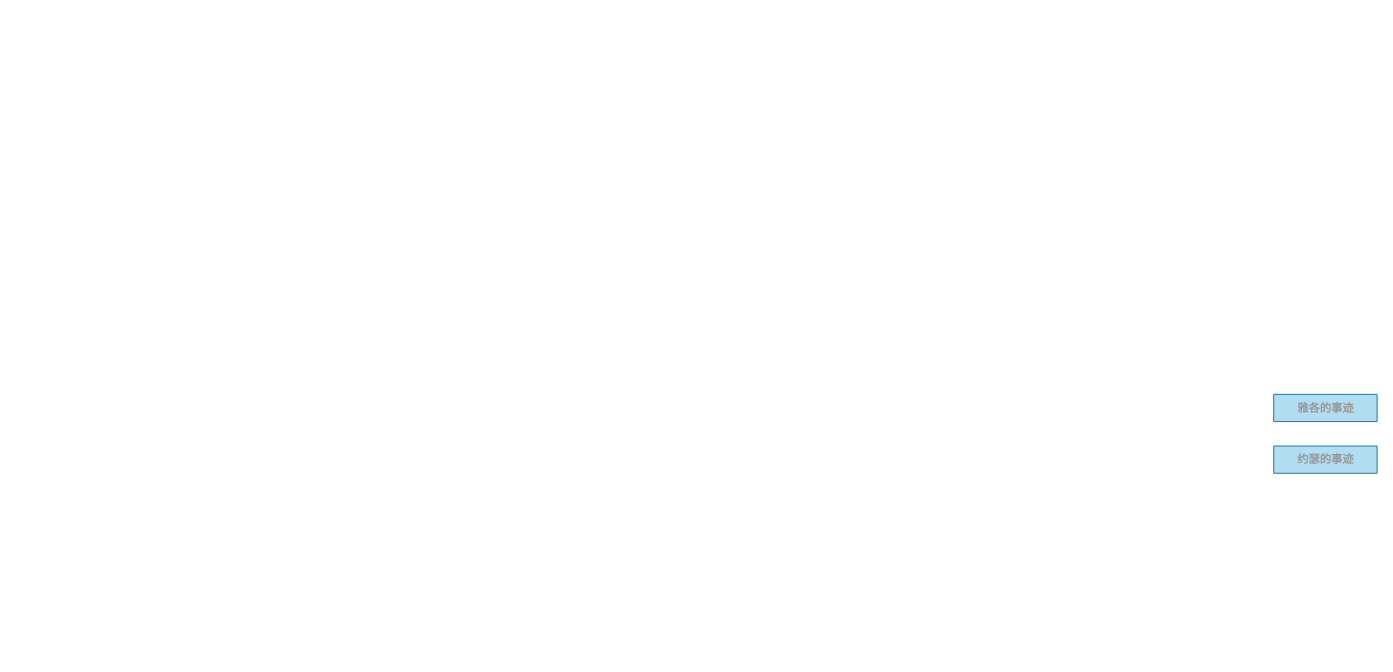
This is page "模板" (3 of 3) of bible.drawio from ljq199612/diagram, a draw.io file, before an edit. Source tidied: cells renumbered, new cells numbered last; positions are measured from the earlier drawing's top-left corner, leaving out a move shared by most shapes. Both pictures are drawn from the tidied source at 94%, with x=0, y=0 at pixel (1274, 394).
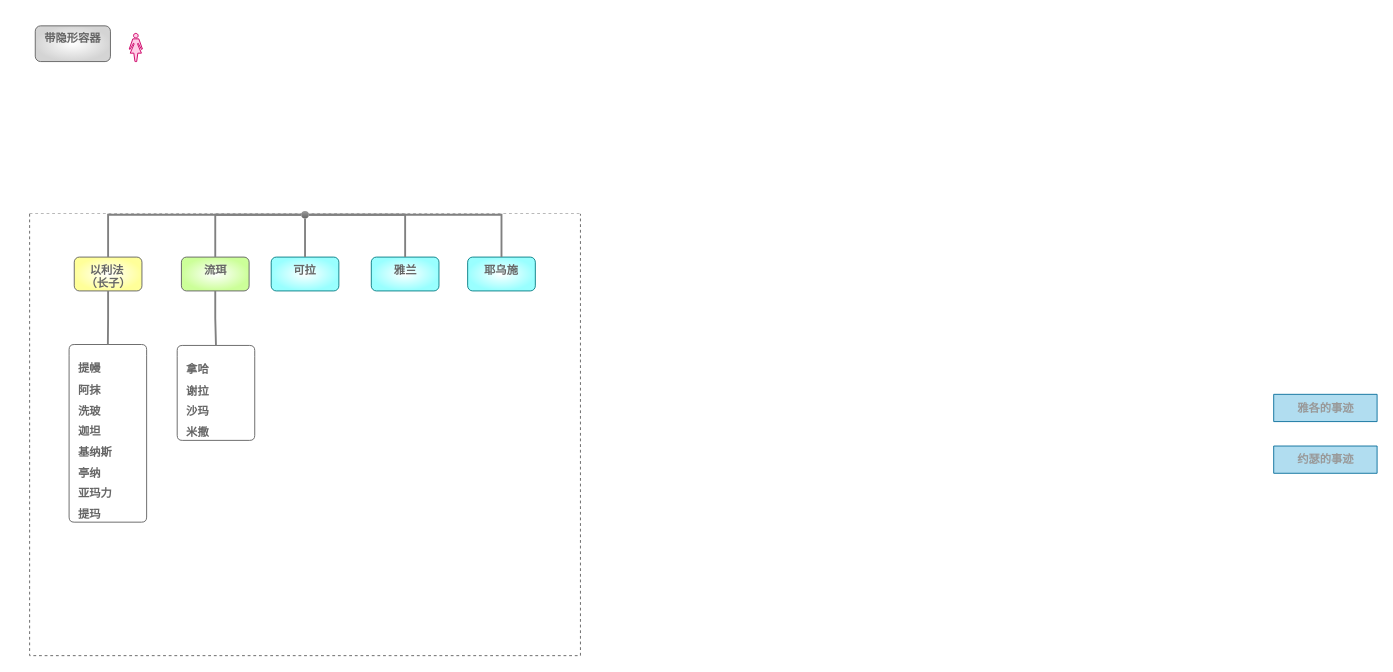
Above is the later version.

The edit, as a diff of the source:
```diff
@@
+    <mxCell id="4" style="swimlane;swimlaneFillColor=#FFFFFF;swimlaneHead=1;horizontal=1;backgroundOutline=0;swimlaneBody=1;noLabel=0;startSize=0;fillColor=#f5f5f5;fontColor=#333333;strokeColor=#666666;strokeWidth=1;dashed=1;swimlaneLine=0;" parent="1" vertex="1">
+      <mxGeometry x="-1324" y="-192" width="586" height="470" as="geometry" />
+    </mxCell>
+    <mxCell id="5" value="耶乌施" style="rounded=1;whiteSpace=wrap;html=1;labelBackgroundColor=none;fontFamily=Times New Roman;fontSize=12;align=center;spacingLeft=0;gradientDirection=radial;verticalAlign=top;spacingTop=0;strokeColor=#0e8088;fontStyle=1;fillColor=#FFFFFF;gradientColor=#99FFFF;fontColor=#666666;" parent="4" vertex="1">
+      <mxGeometry x="466" y="46" width="72" height="36" as="geometry" />
+    </mxCell>
+    <mxCell id="6" value="雅兰" style="rounded=1;whiteSpace=wrap;html=1;labelBackgroundColor=none;fontFamily=Times New Roman;fontSize=12;align=center;spacingLeft=0;gradientDirection=radial;verticalAlign=top;spacingTop=0;strokeColor=#0e8088;fontStyle=1;fillColor=#FFFFFF;gradientColor=#99FFFF;fontColor=#666666;" parent="4" vertex="1">
+      <mxGeometry x="363.5" y="46" width="72" height="36" as="geometry" />
+    </mxCell>
+    <mxCell id="7" value="可拉" style="rounded=1;whiteSpace=wrap;html=1;labelBackgroundColor=none;fontFamily=Times New Roman;fontSize=12;align=center;spacingLeft=0;gradientDirection=radial;verticalAlign=top;spacingTop=0;strokeColor=#0e8088;fontStyle=1;fillColor=#FFFFFF;gradientColor=#99FFFF;fontColor=#666666;" parent="4" vertex="1">
+      <mxGeometry x="257" y="46" width="72" height="36" as="geometry" />
+    </mxCell>
+    <mxCell id="8" value="&lt;div&gt;以利法&amp;nbsp; &lt;br&gt;&lt;/div&gt;&lt;div&gt;（长子）&lt;br&gt;&lt;/div&gt;" style="rounded=1;whiteSpace=wrap;html=1;labelBackgroundColor=none;fontFamily=Times New Roman;fontSize=12;fontColor=#666666;align=center;spacingLeft=0;gradientColor=#FFFF99;gradientDirection=radial;verticalAlign=top;spacingTop=0;strokeColor=#666666;fontStyle=1;" parent="4" vertex="1">
+      <mxGeometry x="47.5" y="46" width="72" height="36" as="geometry" />
+    </mxCell>
+    <mxCell id="9" value="流珥" style="rounded=1;whiteSpace=wrap;html=1;labelBackgroundColor=none;fontFamily=Times New Roman;fontSize=12;fontColor=#666666;align=center;spacingLeft=0;gradientColor=#CCFF99;gradientDirection=radial;verticalAlign=top;spacingTop=0;strokeColor=#666666;fontStyle=1;" parent="4" vertex="1">
+      <mxGeometry x="161.5" y="46" width="72" height="36" as="geometry" />
+    </mxCell>
+    <mxCell id="10" style="swimlane;fontStyle=0;horizontal=1;startSize=12;fillColor=none;html=1;rounded=1;shadow=0;glass=0;labelBackgroundColor=none;sketch=0;strokeColor=#666666;fontSize=13;fontColor=none;swimlaneLine=0;" parent="4" vertex="1">
+      <mxGeometry x="42" y="139" width="82.5" height="189" as="geometry" />
+    </mxCell>
+    <mxCell id="11" value="提幔" style="rounded=1;whiteSpace=wrap;html=1;labelBackgroundColor=none;fontFamily=Times New Roman;fontSize=12;fontColor=#666666;align=left;spacingLeft=8;gradientColor=none;gradientDirection=radial;verticalAlign=top;spacingTop=0;strokeColor=none;fontStyle=1;fillColor=none;" parent="10" vertex="1">
+      <mxGeometry y="12" width="82.5" height="23" as="geometry" />
+    </mxCell>
+    <mxCell id="12" value="阿抹" style="rounded=1;whiteSpace=wrap;html=1;labelBackgroundColor=none;fontFamily=Times New Roman;fontSize=12;fontColor=#666666;align=left;spacingLeft=8;gradientColor=none;gradientDirection=radial;verticalAlign=top;spacingTop=0;strokeColor=none;fontStyle=1;fillColor=none;" parent="10" vertex="1">
+      <mxGeometry y="35" width="82.5" height="22" as="geometry" />
+    </mxCell>
+    <mxCell id="13" value="洗玻" style="rounded=1;whiteSpace=wrap;html=1;labelBackgroundColor=none;fontFamily=Times New Roman;fontSize=12;fontColor=#666666;align=left;spacingLeft=8;gradientColor=none;gradientDirection=radial;verticalAlign=top;spacingTop=0;strokeColor=none;fontStyle=1;fillColor=none;" parent="10" vertex="1">
+      <mxGeometry y="57" width="82.5" height="22" as="geometry" />
+    </mxCell>
+    <mxCell id="14" value="迦坦" style="rounded=1;whiteSpace=wrap;html=1;labelBackgroundColor=none;fontFamily=Times New Roman;fontSize=12;fontColor=#666666;align=left;spacingLeft=8;gradientColor=none;gradientDirection=radial;verticalAlign=top;spacingTop=0;strokeColor=none;fontStyle=1;fillColor=none;" parent="10" vertex="1">
+      <mxGeometry y="79" width="82.5" height="22" as="geometry" />
+    </mxCell>
+    <mxCell id="15" value="基纳斯" style="rounded=1;whiteSpace=wrap;html=1;labelBackgroundColor=none;fontFamily=Times New Roman;fontSize=12;fontColor=#666666;align=left;spacingLeft=8;gradientColor=none;gradientDirection=radial;verticalAlign=top;spacingTop=0;strokeColor=none;fontStyle=1;fillColor=none;" parent="10" vertex="1">
+      <mxGeometry y="101" width="82.5" height="22" as="geometry" />
+    </mxCell>
+    <mxCell id="16" value="亭纳" style="rounded=1;whiteSpace=wrap;html=1;labelBackgroundColor=none;fontFamily=Times New Roman;fontSize=12;fontColor=#666666;align=left;spacingLeft=8;gradientColor=none;gradientDirection=radial;verticalAlign=top;spacingTop=0;strokeColor=none;fontStyle=1;fillColor=none;" parent="10" vertex="1">
+      <mxGeometry y="123" width="82.5" height="22" as="geometry" />
+    </mxCell>
+    <mxCell id="17" value="亚玛力" style="rounded=1;whiteSpace=wrap;html=1;labelBackgroundColor=none;fontFamily=Times New Roman;fontSize=12;fontColor=#666666;align=left;spacingLeft=8;gradientColor=none;gradientDirection=radial;verticalAlign=top;spacingTop=0;strokeColor=none;fontStyle=1;fillColor=none;" parent="10" vertex="1">
+      <mxGeometry y="145" width="82.5" height="22" as="geometry" />
+    </mxCell>
+    <mxCell id="18" value="提玛" style="rounded=1;whiteSpace=wrap;html=1;labelBackgroundColor=none;fontFamily=Times New Roman;fontSize=12;fontColor=#666666;align=left;spacingLeft=8;gradientColor=none;gradientDirection=radial;verticalAlign=top;spacingTop=0;strokeColor=none;fontStyle=1;fillColor=none;" parent="10" vertex="1">
+      <mxGeometry y="167" width="82.5" height="22" as="geometry" />
+    </mxCell>
+    <mxCell id="19" style="rounded=0;jumpStyle=none;jettySize=auto;html=1;strokeColor=#808080;strokeWidth=2;fontSize=10;fontColor=#666666;endArrow=none;endFill=0;elbow=vertical;exitX=0.5;exitY=1;exitDx=0;exitDy=0;entryX=0.5;entryY=0;entryDx=0;entryDy=0;edgeStyle=orthogonalEdgeStyle;" parent="4" edge="1" source="8" target="10">
+      <mxGeometry relative="1" as="geometry" />
+    </mxCell>
+    <mxCell id="20" style="swimlane;fontStyle=0;horizontal=1;startSize=12;fillColor=none;html=1;rounded=1;shadow=0;glass=0;labelBackgroundColor=none;sketch=0;strokeColor=#666666;fontSize=13;fontColor=none;swimlaneLine=0;" parent="4" vertex="1">
+      <mxGeometry x="157" y="140" width="82.5" height="101" as="geometry" />
+    </mxCell>
+    <mxCell id="21" value="拿哈" style="rounded=1;whiteSpace=wrap;html=1;labelBackgroundColor=none;fontFamily=Times New Roman;fontSize=12;fontColor=#666666;align=left;spacingLeft=8;gradientColor=none;gradientDirection=radial;verticalAlign=top;spacingTop=0;strokeColor=none;fontStyle=1;fillColor=none;" parent="20" vertex="1">
+      <mxGeometry y="12" width="82.5" height="23" as="geometry" />
+    </mxCell>
+    <mxCell id="22" value="谢拉" style="rounded=1;whiteSpace=wrap;html=1;labelBackgroundColor=none;fontFamily=Times New Roman;fontSize=12;fontColor=#666666;align=left;spacingLeft=8;gradientColor=none;gradientDirection=radial;verticalAlign=top;spacingTop=0;strokeColor=none;fontStyle=1;fillColor=none;" parent="20" vertex="1">
+      <mxGeometry y="35" width="82.5" height="22" as="geometry" />
+    </mxCell>
+    <mxCell id="23" value="沙玛" style="rounded=1;whiteSpace=wrap;html=1;labelBackgroundColor=none;fontFamily=Times New Roman;fontSize=12;fontColor=#666666;align=left;spacingLeft=8;gradientColor=none;gradientDirection=radial;verticalAlign=top;spacingTop=0;strokeColor=none;fontStyle=1;fillColor=none;" parent="20" vertex="1">
+      <mxGeometry y="57" width="82.5" height="22" as="geometry" />
+    </mxCell>
+    <mxCell id="24" value="米撒" style="rounded=1;whiteSpace=wrap;html=1;labelBackgroundColor=none;fontFamily=Times New Roman;fontSize=12;fontColor=#666666;align=left;spacingLeft=8;gradientColor=none;gradientDirection=radial;verticalAlign=top;spacingTop=0;strokeColor=none;fontStyle=1;fillColor=none;" parent="20" vertex="1">
+      <mxGeometry y="79" width="82.5" height="22" as="geometry" />
+    </mxCell>
+    <mxCell id="25" style="rounded=0;jumpStyle=none;jettySize=auto;html=1;strokeColor=#808080;strokeWidth=2;fontSize=10;fontColor=#666666;endArrow=none;endFill=0;elbow=vertical;exitX=0.5;exitY=1;exitDx=0;exitDy=0;entryX=0.5;entryY=0;entryDx=0;entryDy=0;edgeStyle=orthogonalEdgeStyle;" parent="4" edge="1" source="9" target="20">
+      <mxGeometry relative="1" as="geometry" />
+    </mxCell>
+    <mxCell id="26" style="ellipse;whiteSpace=wrap;html=1;rounded=0;shadow=0;glass=0;labelBackgroundColor=none;sketch=0;strokeColor=none;fontSize=13;fillColor=#9C9C9C;gradientColor=#666666;fontColor=none;" parent="4" vertex="1">
+      <mxGeometry x="289" y="-3" width="8" height="8" as="geometry" />
+    </mxCell>
+    <mxCell id="27" style="edgeStyle=orthogonalEdgeStyle;rounded=0;jumpStyle=none;jettySize=auto;html=1;entryX=0.5;entryY=0;entryDx=0;entryDy=0;strokeColor=#808080;strokeWidth=2;fontSize=10;fontColor=#666666;endArrow=none;endFill=0;elbow=vertical;exitX=0;exitY=0.5;exitDx=0;exitDy=0;" parent="4" edge="1" source="26" target="8">
+      <mxGeometry relative="1" as="geometry" />
+    </mxCell>
+    <mxCell id="28" style="edgeStyle=orthogonalEdgeStyle;rounded=0;jumpStyle=none;jettySize=auto;html=1;entryX=0.5;entryY=0;entryDx=0;entryDy=0;strokeColor=#808080;strokeWidth=2;fontSize=10;fontColor=#666666;endArrow=none;endFill=0;elbow=vertical;exitX=0;exitY=0.5;exitDx=0;exitDy=0;" parent="4" edge="1" source="26" target="9">
+      <mxGeometry relative="1" as="geometry" />
+    </mxCell>
+    <mxCell id="29" style="edgeStyle=orthogonalEdgeStyle;rounded=0;jumpStyle=none;jettySize=auto;html=1;strokeColor=#808080;strokeWidth=2;fontSize=10;fontColor=#666666;endArrow=none;endFill=0;elbow=vertical;exitX=0.5;exitY=1;exitDx=0;exitDy=0;" parent="4" edge="1" source="26" target="7">
+      <mxGeometry relative="1" as="geometry" />
+    </mxCell>
+    <mxCell id="30" style="edgeStyle=orthogonalEdgeStyle;rounded=0;jumpStyle=none;jettySize=auto;html=1;entryX=0.5;entryY=0;entryDx=0;entryDy=0;strokeColor=#808080;strokeWidth=2;fontSize=10;fontColor=#666666;endArrow=none;endFill=0;elbow=vertical;exitX=1;exitY=0.5;exitDx=0;exitDy=0;" parent="4" edge="1" source="26" target="6">
+      <mxGeometry relative="1" as="geometry" />
+    </mxCell>
+    <mxCell id="31" style="edgeStyle=orthogonalEdgeStyle;rounded=0;jumpStyle=none;jettySize=auto;html=1;strokeColor=#808080;strokeWidth=2;fontSize=10;fontColor=#666666;endArrow=none;endFill=0;elbow=vertical;exitX=1;exitY=0.5;exitDx=0;exitDy=0;" parent="4" edge="1" source="26" target="5">
+      <mxGeometry relative="1" as="geometry" />
+    </mxCell>
+    <mxCell id="32" style="swimlane;rounded=0;strokeColor=none;fillColor=none;swimlaneHead=1;swimlaneBody=1;horizontal=1;swimlaneLine=0;startSize=0;fontStyle=0;gradientColor=none;swimlaneFillColor=none;gradientDirection=radial;" parent="1" vertex="1">
+      <mxGeometry x="-1338" y="-402" width="160" height="90" as="geometry" />
+    </mxCell>
+    <mxCell id="33" value="带隐形容器" style="rounded=1;whiteSpace=wrap;html=1;labelBackgroundColor=none;fontFamily=Times New Roman;fontSize=12;fontColor=#666666;align=center;spacingLeft=0;gradientColor=#D4D4D4;gradientDirection=radial;verticalAlign=top;spacingTop=0;strokeColor=#666666;fontStyle=1;" parent="32" vertex="1">
+      <mxGeometry x="20" y="10" width="80" height="38" as="geometry" />
+    </mxCell>
+    <mxCell id="34" style="shape=mxgraph.signs.people.woman_2;html=1;fillColor=#FFCCE6;strokeColor=#CC0066;verticalLabelPosition=bottom;verticalAlign=top;align=center;sketch=0;rounded=1;labelBackgroundColor=#CC0000;fontFamily=Times New Roman;fontSize=10;" parent="32" vertex="1">
+      <mxGeometry x="120" y="18" width="14" height="30" as="geometry" />
+    </mxCell>
```
